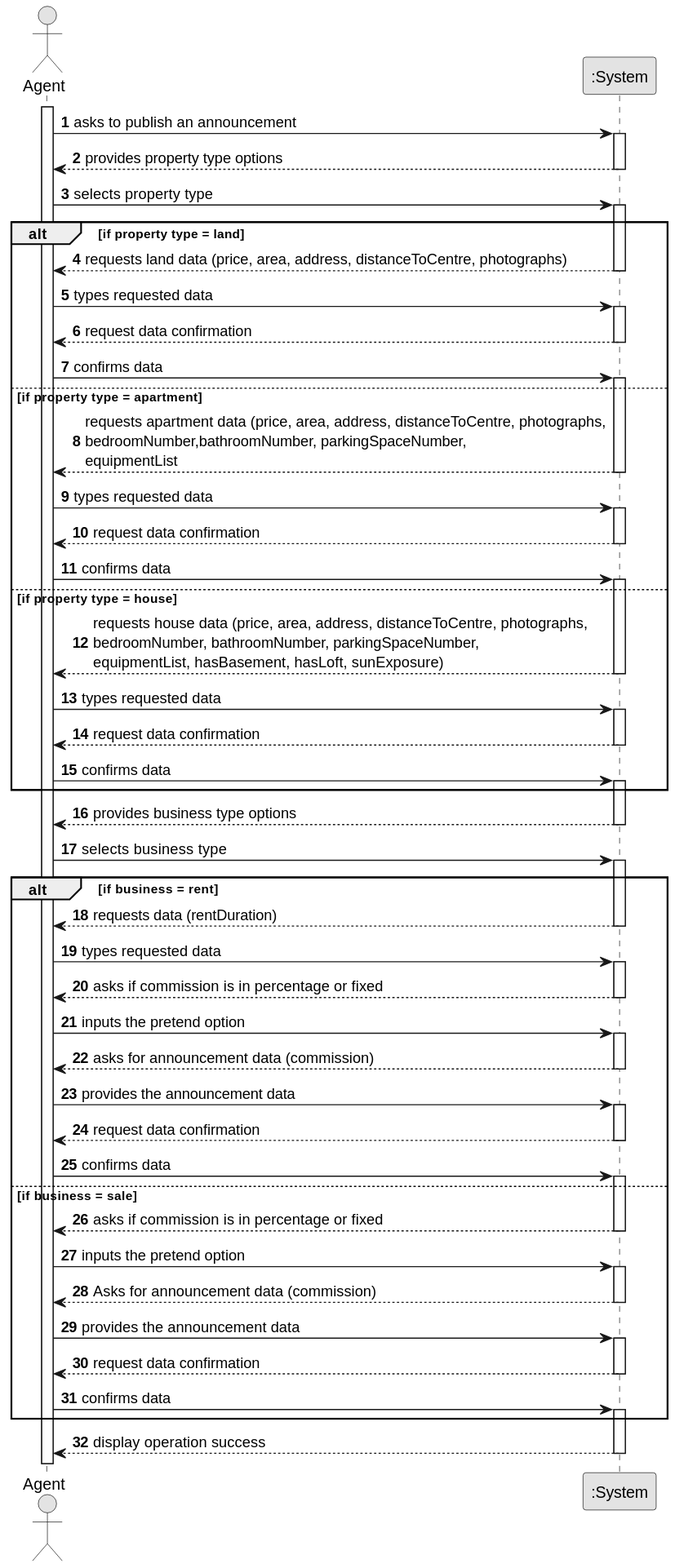
Before: docs/sprintD/us002/01.requirements-engineering/svg/us002-system-sequence-diagram.svg, a diagram exported from PlantUML (Shushizinho/RealEstateUSASystem). The source it was exported from:
```plantuml
@startuml
skinparam monochrome true
skinparam packageStyle rectangle
skinparam shadowing false




autonumber

actor "Agent" as Agent
participant ":System" as System

activate Agent

     Agent -> System : asks to publish an announcement
    activate System


    System --> Agent: provides property type options
    deactivate System

     Agent -> System: selects property type
     activate System


 alt if property type = land
    System --> Agent : requests land data (price, area, address, distanceToCentre, photographs)
     deactivate System
    Agent -> System : types requested data
    activate System

   System --> Agent: request data confirmation
   deactivate System

   Agent -> System: confirms data
   activate System


 else if property type = apartment
    System --> Agent : requests apartment data (price, area, address, distanceToCentre, photographs,\nbedroomNumber,bathroomNumber, parkingSpaceNumber,\nequipmentList
     deactivate System
    Agent -> System : types requested data
    activate System

    System --> Agent: request data confirmation
       deactivate System

       Agent -> System: confirms data
       activate System




  else if property type = house
        System --> Agent : requests house data (price, area, address, distanceToCentre, photographs,\nbedroomNumber, bathroomNumber, parkingSpaceNumber,\nequipmentList, hasBasement, hasLoft, sunExposure)
         deactivate System
        Agent -> System : types requested data
        activate System

        System --> Agent: request data confirmation
           deactivate System

           Agent -> System: confirms data
           activate System



        end



  System --> Agent : provides business type options
          deactivate System

    Agent -> System: selects business type
    activate System







  alt if business = rent
     System --> Agent : requests data (rentDuration)
      deactivate System
     Agent -> System : types requested data
     activate System

        System --> Agent: asks if commission is in percentage or fixed
                  deactivate System

            Agent -> System: inputs the pretend option
            activate System


          System --> Agent : asks for announcement data (commission)
          deactivate System

          Agent -> System : provides the announcement data
          activate System


            System --> Agent: request data confirmation
                     deactivate System

            Agent -> System: confirms data
            activate System



   else if business = sale

      System --> Agent: asks if commission is in percentage or fixed
                     deactivate System

               Agent -> System: inputs the pretend option
               activate System



       System --> Agent : Asks for announcement data (commission)
       deactivate System

       Agent -> System : provides the  announcement data
       activate System

         System --> Agent: request data confirmation
                  deactivate System

                  Agent -> System: confirms data
                  activate System





     end







       System --> Agent : display operation success
         deactivate System
@enduml
```
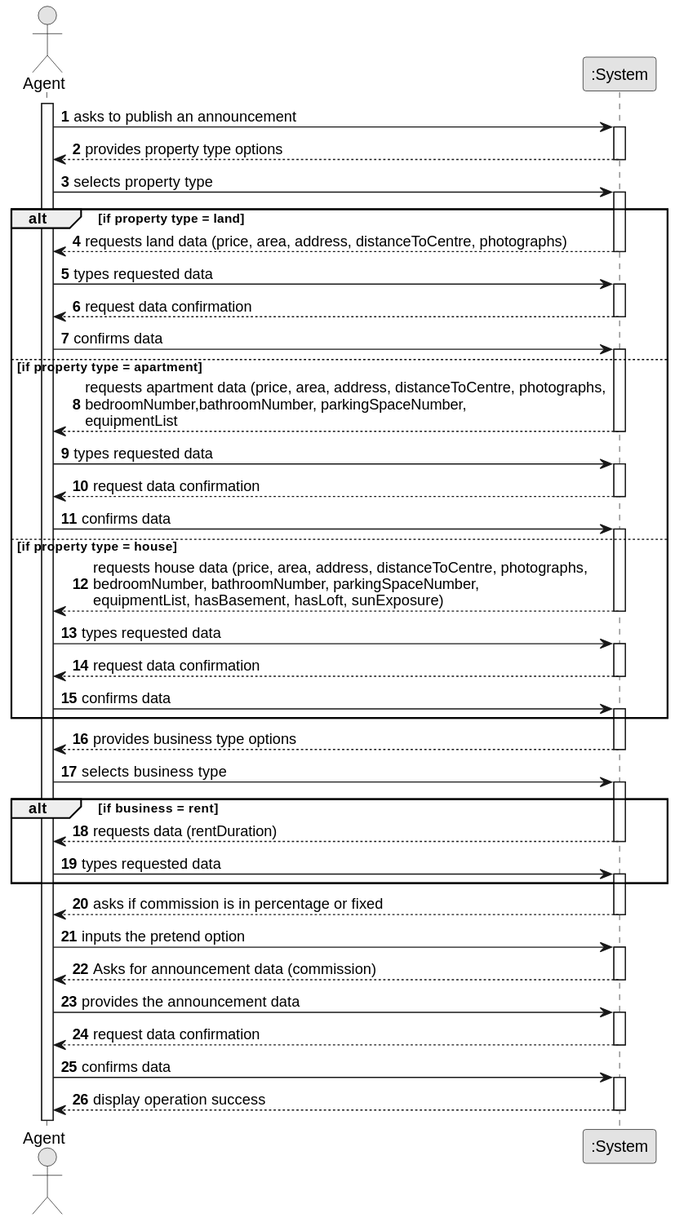
After the commit.

Change to the diagram source:
```diff
@@ -88,29 +88,7 @@
      Agent -> System : types requested data
      activate System
 
-        System --> Agent: asks if commission is in percentage or fixed
-                  deactivate System
-
-            Agent -> System: inputs the pretend option
-            activate System
-
-
-          System --> Agent : asks for announcement data (commission)
-          deactivate System
-
-          Agent -> System : provides the announcement data
-          activate System
-
-
-            System --> Agent: request data confirmation
-                     deactivate System
-
-            Agent -> System: confirms data
-            activate System
-
-
-
-   else if business = sale
+     end alt
 
       System --> Agent: asks if commission is in percentage or fixed
                      deactivate System
@@ -133,17 +111,6 @@
                   activate System
 
 
-
-
-
-     end
-
-
-
-
-
-
-
        System --> Agent : display operation success
          deactivate System
 @enduml
```
